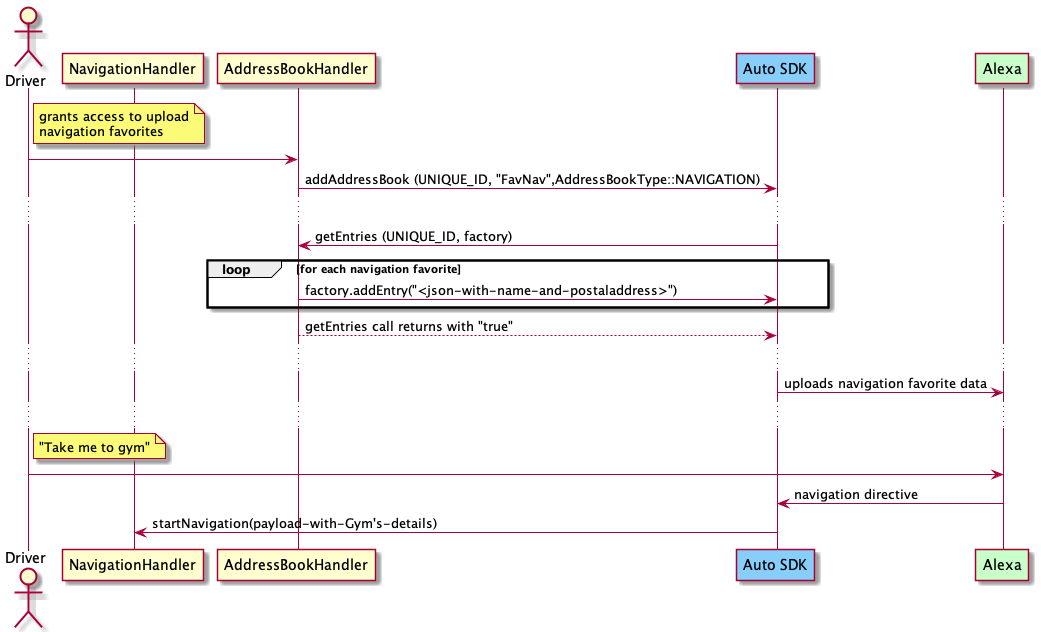
Before: modules/address-book/assets/upload_navigation_fav.png, a diagram exported from PlantUML (alexa/alexa-auto-sdk). Source of this version:
```plantuml
@startuml

skinparam roundcorner 10
skinparam sequenceMessageAlign center
<style>
sequenceDiagram {
    .engine {
        BackgroundColor LightSkyBlue
        BorderColor CornflowerBlue
    }
    .avs {
        BackgroundColor TECHNOLOGY
        BorderColor Green
    }
}
</style>

actor Driver Order 10
participant NavigationHandler  order 20
participant AddressBookHandler  order 30
participant "Auto SDK"  as AutoSDK  <<engine>> order 40
participant "Alexa" as Alexa <<avs>> order 50

note right of Driver
grants access to upload
navigation favorites
end note

Driver -> AddressBookHandler
AddressBookHandler -> AutoSDK: addAddressBook (UNIQUE_ID, "FavNav",AddressBookType::NAVIGATION)
...

AutoSDK -> AddressBookHandler: getEntries (UNIQUE_ID, factory)
loop for each navigation favorite
AddressBookHandler -> AutoSDK: factory.addEntry("<json-with-name-and-postaladdress>")
end

AddressBookHandler --> AutoSDK: getEntries call returns with "true"
...
AutoSDK -> Alexa: uploads navigation favorite data
...

note right of Driver
"Take me to gym"
end note

Driver -> Alexa

Alexa -> AutoSDK: navigation directive

AutoSDK -> NavigationHandler: startNavigation(payload-with-Gym's-details)


@enduml
```
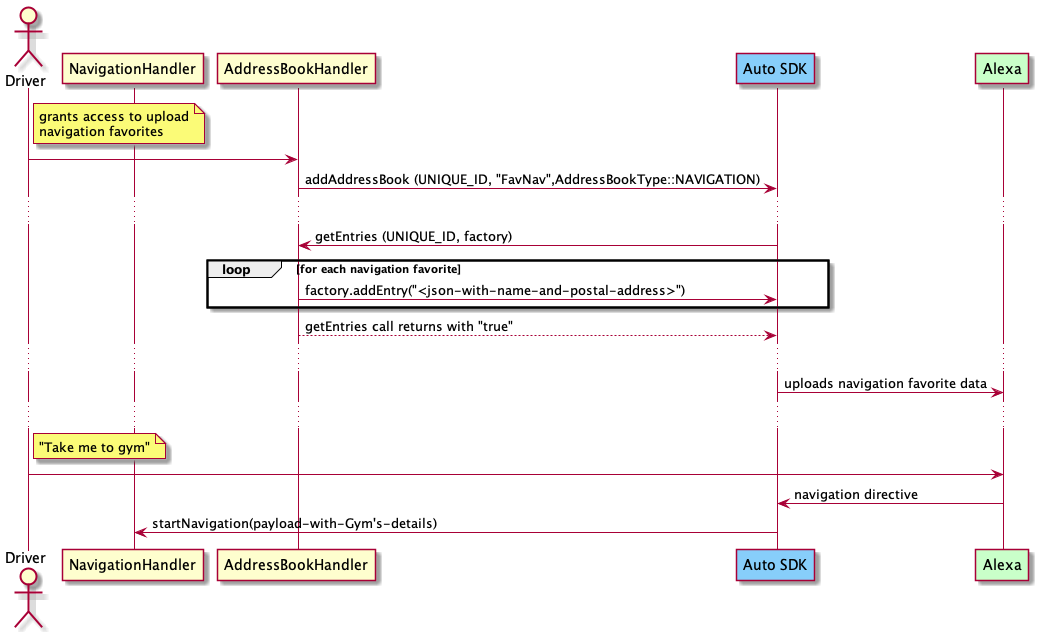
After the commit.

Change to the diagram source:
```diff
@@ -32,7 +32,7 @@
 
 AutoSDK -> AddressBookHandler: getEntries (UNIQUE_ID, factory)
 loop for each navigation favorite
-AddressBookHandler -> AutoSDK: factory.addEntry("<json-with-name-and-postaladdress>")
+AddressBookHandler -> AutoSDK: factory.addEntry("<json-with-name-and-postal-address>")
 end
 
 AddressBookHandler --> AutoSDK: getEntries call returns with "true"
```
